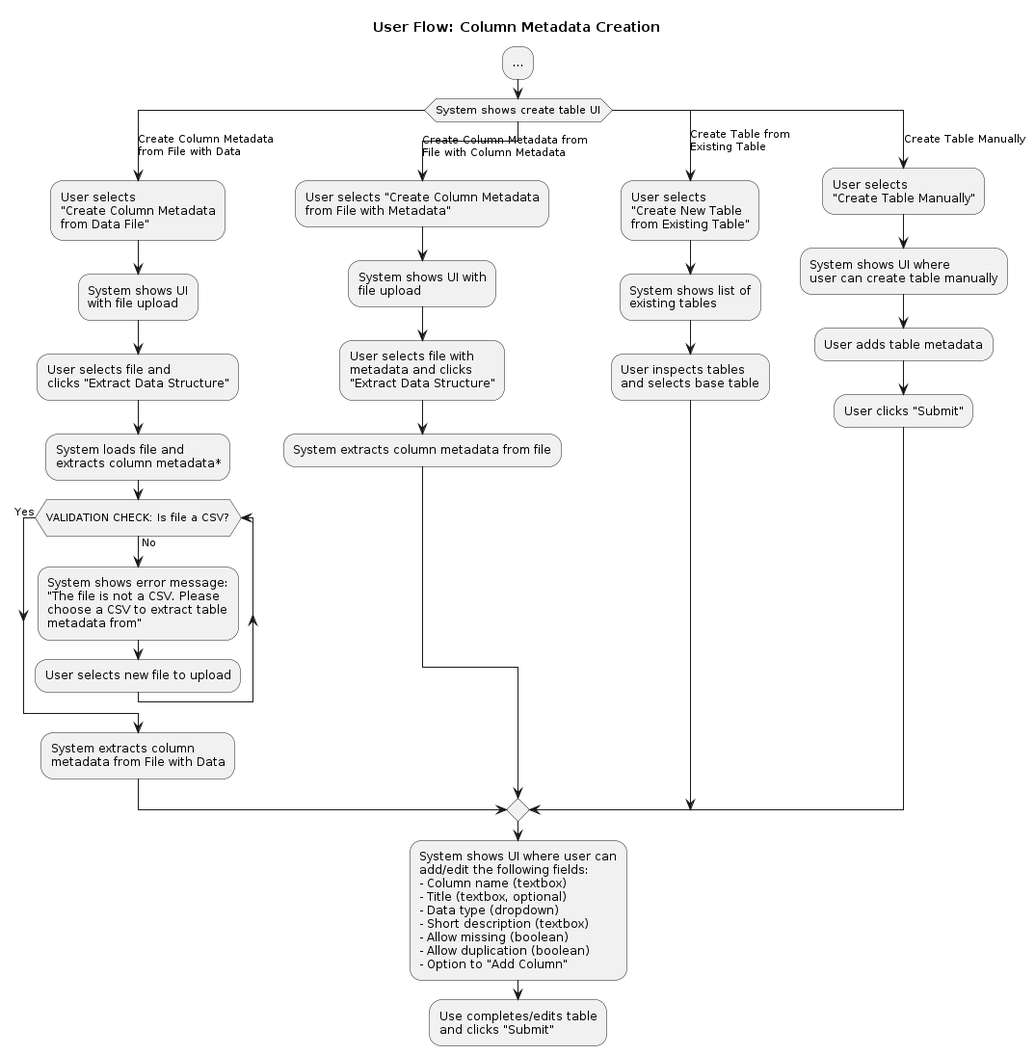
This is docs/design/images/user-flow-column-metadata-creation.png from signekb/seedcase-sprout, a PlantUML export, as it was before one commit. Source of this version:
```plantuml
@startuml user-flow-column-metadata-creation

title User Flow: Column Metadata Creation

:...;
  switch (System shows create table UI)
    case (Create Column Metadata\nfrom File with Data)
      :User selects
      "Create Column Metadata
      from Data File";
      :System shows UI
      with file upload;
      :User selects file and
      clicks "Extract Data Structure";
      :System loads file and
      extracts column metadata*;
    while (\nVALIDATION CHECK: Is file a CSV?\n) is (No)
      :System shows error message:
      "The file is not a CSV. Please
      choose a CSV to extract table
      metadata from";
      :User selects new file to upload;
    end while (Yes)
    :System extracts column
    metadata from File with Data;
    case (Create Column Metadata from \nFile with Column Metadata)
      :User selects "Create Column Metadata
      from File with Metadata";
      :System shows UI with
      file upload;
      :User selects file with
      metadata and clicks
      "Extract Data Structure";
      :System extracts column metadata from file;
    case (Create Table from\nExisting Table)
      :User selects
      "Create New Table
      from Existing Table";
      :System shows list of
      existing tables;
      :User inspects tables
      and selects base table;
    case (Create Table Manually)
      :User selects
      "Create Table Manually";
      :System shows UI where
      user can create table manually;
      :User adds table metadata;
      :User clicks "Submit";
    endswitch
    :System shows UI where user can
    add/edit the following fields:
    - Column name (textbox)
    - Title (textbox, optional)
    - Data type (dropdown)
    - Short description (textbox)
    - Allow missing (boolean)
    - Allow duplication (boolean)
    - Option to "Add Column";
    :Use completes/edits table
    and clicks "Submit";

@enduml
```
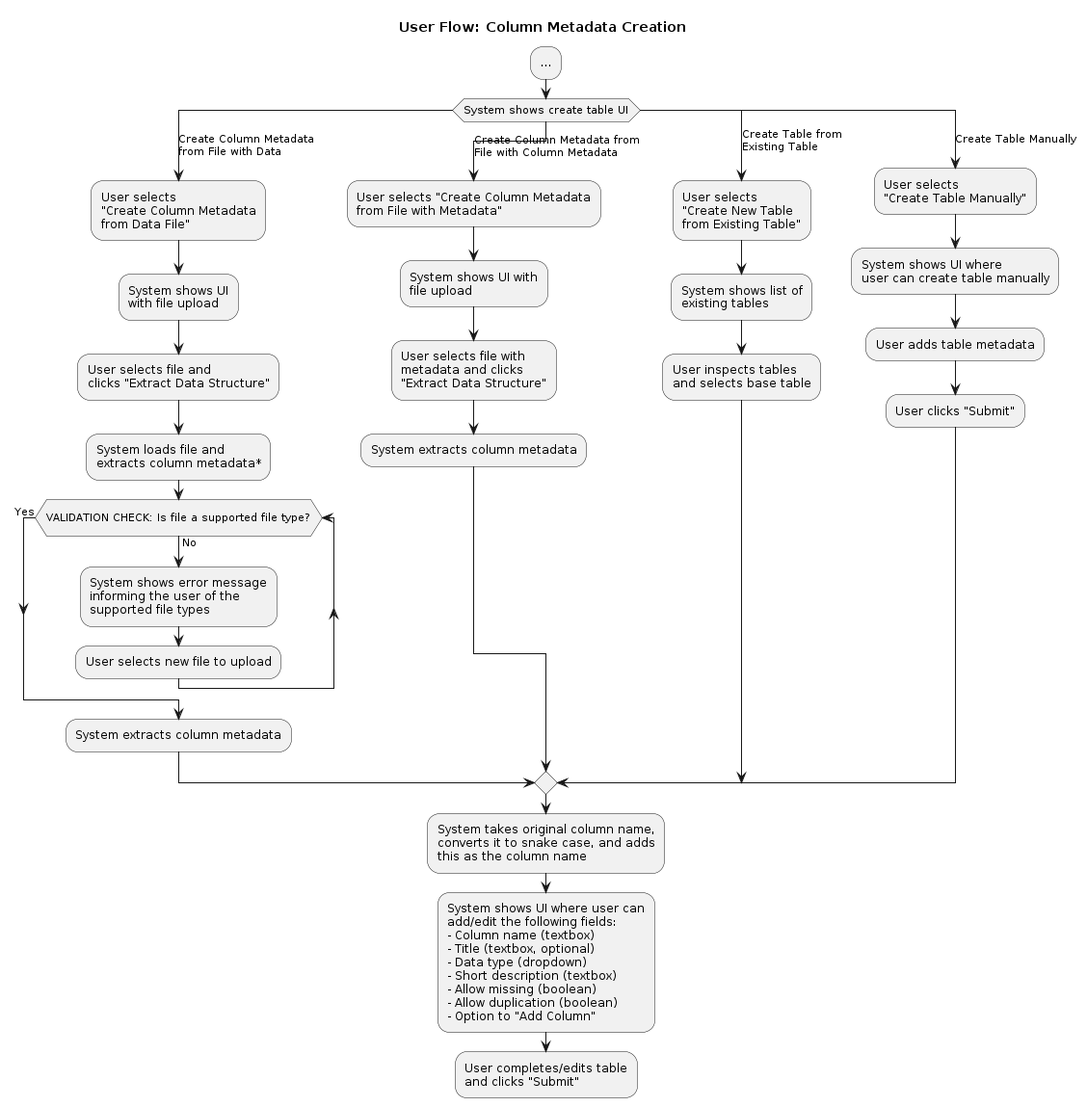
The same diagram one commit later.

Change to the diagram source:
```diff
@@ -14,15 +14,13 @@
       clicks "Extract Data Structure";
       :System loads file and
       extracts column metadata*;
-    while (\nVALIDATION CHECK: Is file a CSV?\n) is (No)
-      :System shows error message:
-      "The file is not a CSV. Please
-      choose a CSV to extract table
-      metadata from";
+    while (\nVALIDATION CHECK: Is file a supported file type?\n) is (No)
+      :System shows error message
+      informing the user of the
+      supported file types;
       :User selects new file to upload;
     end while (Yes)
-    :System extracts column
-    metadata from File with Data;
+    :System extracts column metadata;
     case (Create Column Metadata from \nFile with Column Metadata)
       :User selects "Create Column Metadata
       from File with Metadata";
@@ -31,7 +29,7 @@
       :User selects file with
       metadata and clicks
       "Extract Data Structure";
-      :System extracts column metadata from file;
+      :System extracts column metadata;
     case (Create Table from\nExisting Table)
       :User selects
       "Create New Table
@@ -48,6 +46,9 @@
       :User adds table metadata;
       :User clicks "Submit";
     endswitch
+    :System takes original column name,
+    converts it to snake case, and adds
+    this as the column name;
     :System shows UI where user can
     add/edit the following fields:
     - Column name (textbox)
@@ -57,7 +58,7 @@
     - Allow missing (boolean)
     - Allow duplication (boolean)
     - Option to "Add Column";
-    :Use completes/edits table
+    :User completes/edits table
     and clicks "Submit";
 
 @enduml
```
